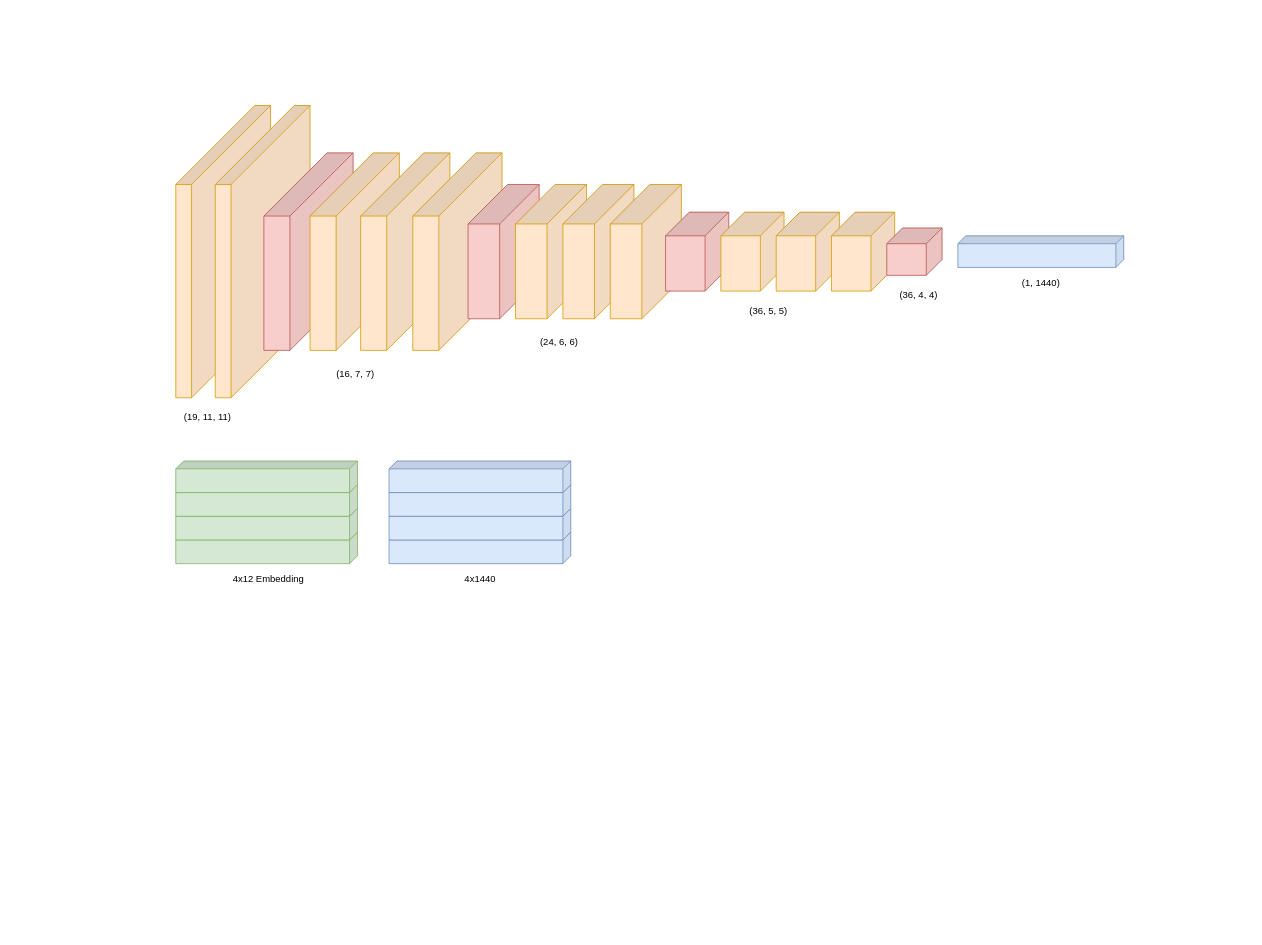
Earlier version of the draw.io diagram assets/images/cnn.drawio (FilipinoGambino/FilipinoGambino.github.io). Source tidied: cells renumbered, new cells numbered last; positions are measured from the earlier drawing's top-left corner, leaving out a move shared by most shapes. Both pictures are drawn from the tidied source at 79%, with x=0, y=0 at pixel (175, 105).
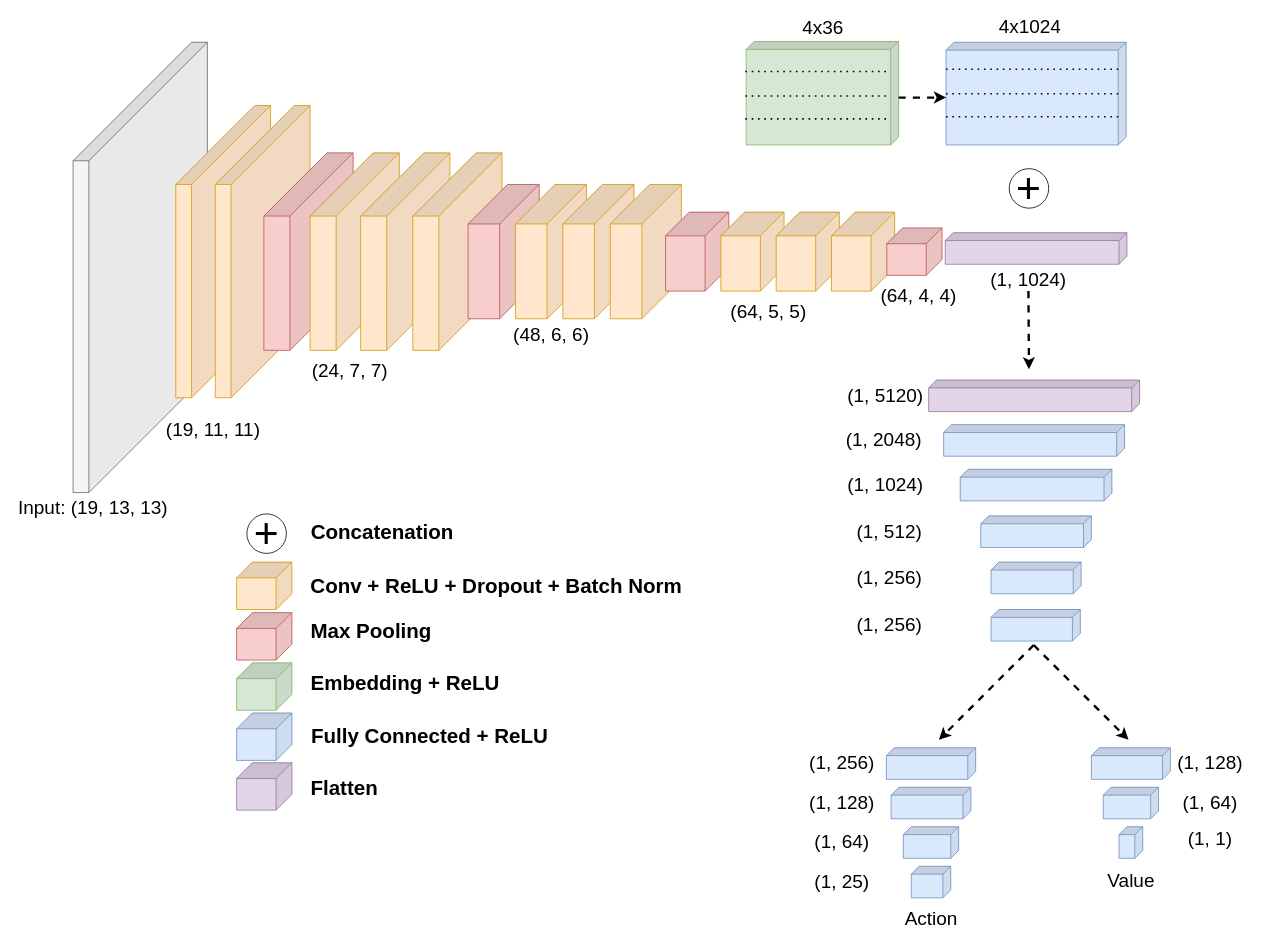
The same diagram, later.

What changed in the source:
```diff
@@
+    <mxCell id="34" style="shape=cube;whiteSpace=wrap;html=1;boundedLbl=1;backgroundOutline=1;darkOpacity=0.05;darkOpacity2=0.1;direction=south;size=150;fillColor=#f5f5f5;fontColor=#333333;strokeColor=#666666;" parent="1" vertex="1">
+      <mxGeometry x="-130" y="-80" width="170" height="570" as="geometry" />
+    </mxCell>
-    <mxCell id="2" value="(36, 4, 4)" style="text;html=1;align=center;verticalAlign=middle;strokeColor=none;fillColor=none;" parent="1" vertex="1">
-      <mxGeometry x="910" y="230" width="60" height="20" as="geometry" />
+    <mxCell id="2" value="(64, 4, 4)" style="text;html=1;align=center;verticalAlign=middle;strokeColor=none;fillColor=none;fontSize=24;" parent="1" vertex="1">
+      <mxGeometry x="887" y="224" width="106" height="33" as="geometry" />
     </mxCell>
     <mxCell id="3" style="shape=cube;whiteSpace=wrap;html=1;boundedLbl=1;backgroundOutline=1;darkOpacity=0.05;darkOpacity2=0.1;direction=south;size=10;fillColor=#d5e8d4;strokeColor=#82b366;" parent="1" vertex="1">
-      <mxGeometry y="540" width="230" height="40" as="geometry" />
+      <mxGeometry x="722" y="-81" width="193" height="131" as="geometry" />
     </mxCell>
-    <mxCell id="4" style="shape=cube;whiteSpace=wrap;html=1;boundedLbl=1;backgroundOutline=1;darkOpacity=0.05;darkOpacity2=0.1;direction=south;size=10;fillColor=#d5e8d4;strokeColor=#82b366;" parent="1" vertex="1">
-      <mxGeometry y="510" width="230" height="40" as="geometry" />
-    </mxCell>
-    <mxCell id="5" style="shape=cube;whiteSpace=wrap;html=1;boundedLbl=1;backgroundOutline=1;darkOpacity=0.05;darkOpacity2=0.1;direction=south;size=10;fillColor=#d5e8d4;strokeColor=#82b366;" parent="1" vertex="1">
-      <mxGeometry y="480" width="230" height="40" as="geometry" />
-    </mxCell>
-    <mxCell id="6" style="shape=cube;whiteSpace=wrap;html=1;boundedLbl=1;backgroundOutline=1;darkOpacity=0.05;darkOpacity2=0.1;direction=south;size=10;fillColor=#d5e8d4;strokeColor=#82b366;" parent="1" vertex="1">
-      <mxGeometry y="450" width="230" height="40" as="geometry" />
-    </mxCell>
-    <mxCell id="7" value="4x12 Embedding" style="text;html=1;align=center;verticalAlign=middle;strokeColor=none;fillColor=none;" parent="1" vertex="1">
-      <mxGeometry x="61.5" y="590" width="110" height="20" as="geometry" />
+    <mxCell id="7" value="4x36" style="text;html=1;align=center;verticalAlign=middle;strokeColor=none;fillColor=none;fontSize=24;" parent="1" vertex="1">
+      <mxGeometry x="787.5" y="-115" width="62" height="33" as="geometry" />
     </mxCell>
-    <mxCell id="8" value="(19, 11, 11)" style="text;html=1;align=center;verticalAlign=middle;strokeColor=none;fillColor=none;" parent="1" vertex="1">
-      <mxGeometry y="385" width="80" height="20" as="geometry" />
+    <mxCell id="8" value="(19, 11, 11)" style="text;html=1;align=center;verticalAlign=middle;strokeColor=none;fillColor=none;fontSize=24;" parent="1" vertex="1">
+      <mxGeometry x="-17.5" y="394" width="129" height="33" as="geometry" />
     </mxCell>
-    <mxCell id="9" value="(16, 7, 7)" style="text;html=1;align=center;verticalAlign=middle;strokeColor=none;fillColor=none;" parent="1" vertex="1">
-      <mxGeometry x="196.5" y="330" width="60" height="20" as="geometry" />
+    <mxCell id="9" value="(24, 7, 7)" style="text;html=1;align=center;verticalAlign=middle;strokeColor=none;fillColor=none;fontSize=24;" parent="1" vertex="1">
+      <mxGeometry x="167" y="319" width="106" height="33" as="geometry" />
     </mxCell>
-    <mxCell id="10" value="(24, 6, 6)" style="text;html=1;align=center;verticalAlign=middle;strokeColor=none;fillColor=none;" parent="1" vertex="1">
-      <mxGeometry x="455" y="290" width="60" height="20" as="geometry" />
+    <mxCell id="10" value="(48, 6, 6)" style="text;html=1;align=center;verticalAlign=middle;strokeColor=none;fillColor=none;fontSize=24;" parent="1" vertex="1">
+      <mxGeometry x="422" y="274" width="106" height="33" as="geometry" />
     </mxCell>
@@
-    <mxCell id="25" style="shape=cube;whiteSpace=wrap;html=1;boundedLbl=1;backgroundOutline=1;darkOpacity=0.05;darkOpacity2=0.1;direction=south;size=10;fillColor=#dae8fc;strokeColor=#6c8ebf;" parent="1" vertex="1">
-      <mxGeometry x="990" y="165" width="210" height="40" as="geometry" />
+    <mxCell id="25" style="shape=cube;whiteSpace=wrap;html=1;boundedLbl=1;backgroundOutline=1;darkOpacity=0.05;darkOpacity2=0.1;direction=south;size=10;fillColor=#e1d5e7;strokeColor=#9673a6;" parent="1" vertex="1">
+      <mxGeometry x="974" y="161" width="230" height="40" as="geometry" />
     </mxCell>
-    <mxCell id="26" value="(36, 5, 5)" style="text;html=1;align=center;verticalAlign=middle;strokeColor=none;fillColor=none;" parent="1" vertex="1">
-      <mxGeometry x="720" y="250" width="60" height="20" as="geometry" />
+    <mxCell id="26" value="(64, 5, 5)" style="text;html=1;align=center;verticalAlign=middle;strokeColor=none;fillColor=none;fontSize=24;" parent="1" vertex="1">
+      <mxGeometry x="697" y="244" width="106" height="33" as="geometry" />
     </mxCell>
@@
-    <mxCell id="28" value="(1, 1440)" style="text;html=1;align=center;verticalAlign=middle;strokeColor=none;fillColor=none;" parent="1" vertex="1">
-      <mxGeometry x="1065" y="215" width="60" height="20" as="geometry" />
+    <mxCell id="28" value="(1, 1024)" style="text;html=1;align=center;verticalAlign=middle;strokeColor=none;fillColor=none;fontSize=24;" parent="1" vertex="1">
+      <mxGeometry x="1026" y="204" width="106" height="33" as="geometry" />
     </mxCell>
     <mxCell id="29" style="shape=cube;whiteSpace=wrap;html=1;boundedLbl=1;backgroundOutline=1;darkOpacity=0.05;darkOpacity2=0.1;direction=south;size=10;fillColor=#dae8fc;strokeColor=#6c8ebf;" parent="1" vertex="1">
-      <mxGeometry x="270" y="540" width="230" height="40" as="geometry" />
+      <mxGeometry x="975" y="-80" width="228" height="130" as="geometry" />
     </mxCell>
-    <mxCell id="30" style="shape=cube;whiteSpace=wrap;html=1;boundedLbl=1;backgroundOutline=1;darkOpacity=0.05;darkOpacity2=0.1;direction=south;size=10;fillColor=#dae8fc;strokeColor=#6c8ebf;" parent="1" vertex="1">
-      <mxGeometry x="270" y="510" width="230" height="40" as="geometry" />
-    </mxCell>
-    <mxCell id="31" style="shape=cube;whiteSpace=wrap;html=1;boundedLbl=1;backgroundOutline=1;darkOpacity=0.05;darkOpacity2=0.1;direction=south;size=10;fillColor=#dae8fc;strokeColor=#6c8ebf;" parent="1" vertex="1">
-      <mxGeometry x="270" y="480" width="230" height="40" as="geometry" />
-    </mxCell>
-    <mxCell id="32" style="shape=cube;whiteSpace=wrap;html=1;boundedLbl=1;backgroundOutline=1;darkOpacity=0.05;darkOpacity2=0.1;direction=south;size=10;fillColor=#dae8fc;strokeColor=#6c8ebf;" parent="1" vertex="1">
-      <mxGeometry x="270" y="450" width="230" height="40" as="geometry" />
-    </mxCell>
-    <mxCell id="33" value="4x1440" style="text;html=1;align=center;verticalAlign=middle;strokeColor=none;fillColor=none;" parent="1" vertex="1">
-      <mxGeometry x="360" y="590" width="50" height="20" as="geometry" />
+    <mxCell id="33" value="4x1024" style="text;html=1;align=center;verticalAlign=middle;strokeColor=none;fillColor=none;fontSize=24;" parent="1" vertex="1">
+      <mxGeometry x="1036" y="-116" width="89" height="33" as="geometry" />
     </mxCell>
+    <mxCell id="35" style="endArrow=classic;html=1;rounded=0;strokeWidth=3;dashed=1;" parent="1" edge="1">
+      <mxGeometry relative="1" as="geometry">
+        <mxPoint x="1079.3" y="235" as="sourcePoint" />
+        <mxPoint x="1080" y="334" as="targetPoint" />
+      </mxGeometry>
+    </mxCell>
+    <mxCell id="36" value="&lt;font style=&quot;font-size: 54px;&quot;&gt;+&lt;/font&gt;" style="ellipse;whiteSpace=wrap;html=1;" parent="1" vertex="1">
+      <mxGeometry x="1055" y="80" width="50" height="50" as="geometry" />
+    </mxCell>
+    <mxCell id="37" value="&lt;font style=&quot;font-size: 24px;&quot;&gt;Input: (19, 13, 13)&lt;/font&gt;" style="text;html=1;align=center;verticalAlign=middle;strokeColor=none;fillColor=none;fontSize=24;" parent="1" vertex="1">
+      <mxGeometry x="-205" y="495" width="200" height="30" as="geometry" />
+    </mxCell>
+    <mxCell id="38" style="shape=cube;whiteSpace=wrap;html=1;boundedLbl=1;backgroundOutline=1;darkOpacity=0.05;darkOpacity2=0.1;direction=south;size=10;fillColor=#e1d5e7;strokeColor=#9673a6;" parent="1" vertex="1">
+      <mxGeometry x="953" y="347.5" width="267" height="40" as="geometry" />
+    </mxCell>
+    <mxCell id="39" value="(1, 5120)" style="text;html=1;align=center;verticalAlign=middle;strokeColor=none;fillColor=none;fontSize=24;" parent="1" vertex="1">
+      <mxGeometry x="845" y="351" width="106" height="33" as="geometry" />
+    </mxCell>
+    <mxCell id="40" style="shape=cube;whiteSpace=wrap;html=1;boundedLbl=1;backgroundOutline=1;darkOpacity=0.05;darkOpacity2=0.1;direction=south;size=10;fillColor=#dae8fc;strokeColor=#6c8ebf;" parent="1" vertex="1">
+      <mxGeometry x="993" y="460.5" width="192" height="40" as="geometry" />
+    </mxCell>
+    <mxCell id="41" value="(1, 1024)" style="text;html=1;align=center;verticalAlign=middle;strokeColor=none;fillColor=none;fontSize=24;" parent="1" vertex="1">
+      <mxGeometry x="845" y="464" width="106" height="33" as="geometry" />
+    </mxCell>
+    <mxCell id="42" style="shape=cube;whiteSpace=wrap;html=1;boundedLbl=1;backgroundOutline=1;darkOpacity=0.05;darkOpacity2=0.1;direction=south;size=10;fillColor=#dae8fc;strokeColor=#6c8ebf;" parent="1" vertex="1">
+      <mxGeometry x="1032" y="578" width="114" height="40" as="geometry" />
+    </mxCell>
+    <mxCell id="43" value="(1, 256)" style="text;html=1;align=center;verticalAlign=middle;strokeColor=none;fillColor=none;fontSize=24;" parent="1" vertex="1">
+      <mxGeometry x="853" y="583" width="100" height="30" as="geometry" />
+    </mxCell>
+    <mxCell id="44" style="endArrow=classic;html=1;rounded=0;strokeWidth=3;dashed=1;" parent="1" edge="1">
+      <mxGeometry relative="1" as="geometry">
+        <mxPoint x="915" y="-10" as="sourcePoint" />
+        <mxPoint x="975" y="-10" as="targetPoint" />
+      </mxGeometry>
+    </mxCell>
+    <mxCell id="45" style="shape=cube;whiteSpace=wrap;html=1;boundedLbl=1;backgroundOutline=1;darkOpacity=0.05;darkOpacity2=0.1;direction=south;size=10;fillColor=#dae8fc;strokeColor=#6c8ebf;" parent="1" vertex="1">
+      <mxGeometry x="1032" y="638" width="113" height="40" as="geometry" />
+    </mxCell>
+    <mxCell id="46" value="(1, 256)" style="text;html=1;align=center;verticalAlign=middle;strokeColor=none;fillColor=none;fontSize=24;" parent="1" vertex="1">
+      <mxGeometry x="853" y="643" width="100" height="30" as="geometry" />
+    </mxCell>
+    <mxCell id="47" style="endArrow=classic;html=1;rounded=0;strokeWidth=3;dashed=1;" parent="1" edge="1">
+      <mxGeometry relative="1" as="geometry">
+        <mxPoint x="1086" y="683" as="sourcePoint" />
+        <mxPoint x="966" y="803" as="targetPoint" />
+      </mxGeometry>
+    </mxCell>
+    <mxCell id="48" style="endArrow=classic;html=1;rounded=0;strokeWidth=3;dashed=1;" parent="1" edge="1">
+      <mxGeometry relative="1" as="geometry">
+        <mxPoint x="1086" y="683" as="sourcePoint" />
+        <mxPoint x="1206" y="803" as="targetPoint" />
+      </mxGeometry>
+    </mxCell>
+    <mxCell id="49" style="shape=cube;whiteSpace=wrap;html=1;boundedLbl=1;backgroundOutline=1;darkOpacity=0.05;darkOpacity2=0.1;direction=south;size=10;fillColor=#dae8fc;strokeColor=#6c8ebf;" parent="1" vertex="1">
+      <mxGeometry x="1159" y="813" width="100" height="40" as="geometry" />
+    </mxCell>
+    <mxCell id="50" style="shape=cube;whiteSpace=wrap;html=1;boundedLbl=1;backgroundOutline=1;darkOpacity=0.05;darkOpacity2=0.1;direction=south;size=10;fillColor=#dae8fc;strokeColor=#6c8ebf;" parent="1" vertex="1">
+      <mxGeometry x="905.5" y="863" width="101" height="40" as="geometry" />
+    </mxCell>
+    <mxCell id="51" style="shape=cube;whiteSpace=wrap;html=1;boundedLbl=1;backgroundOutline=1;darkOpacity=0.05;darkOpacity2=0.1;direction=south;size=10;fillColor=#dae8fc;strokeColor=#6c8ebf;" parent="1" vertex="1">
+      <mxGeometry x="1174" y="863" width="70" height="40" as="geometry" />
+    </mxCell>
+    <mxCell id="52" style="shape=cube;whiteSpace=wrap;html=1;boundedLbl=1;backgroundOutline=1;darkOpacity=0.05;darkOpacity2=0.1;direction=south;size=10;fillColor=#dae8fc;strokeColor=#6c8ebf;" parent="1" vertex="1">
+      <mxGeometry x="921" y="913" width="70" height="40" as="geometry" />
+    </mxCell>
+    <mxCell id="53" value="(1, 256)" style="text;html=1;align=center;verticalAlign=middle;strokeColor=none;fillColor=none;fontSize=24;" parent="1" vertex="1">
+      <mxGeometry x="793" y="818" width="100" height="30" as="geometry" />
+    </mxCell>
+    <mxCell id="54" value="(1, 128)" style="text;html=1;align=center;verticalAlign=middle;strokeColor=none;fillColor=none;fontSize=24;" parent="1" vertex="1">
+      <mxGeometry x="793" y="868" width="100" height="30" as="geometry" />
+    </mxCell>
+    <mxCell id="55" value="(1, 64)" style="text;html=1;align=center;verticalAlign=middle;strokeColor=none;fillColor=none;fontSize=24;" parent="1" vertex="1">
+      <mxGeometry x="803" y="918" width="80" height="30" as="geometry" />
+    </mxCell>
+    <mxCell id="56" value="(1, 128)" style="text;html=1;align=center;verticalAlign=middle;strokeColor=none;fillColor=none;fontSize=24;" parent="1" vertex="1">
+      <mxGeometry x="1259" y="818" width="100" height="30" as="geometry" />
+    </mxCell>
+    <mxCell id="57" value="(1, 64)" style="text;html=1;align=center;verticalAlign=middle;strokeColor=none;fillColor=none;fontSize=24;" parent="1" vertex="1">
+      <mxGeometry x="1269" y="868" width="80" height="30" as="geometry" />
+    </mxCell>
+    <mxCell id="58" style="shape=cube;whiteSpace=wrap;html=1;boundedLbl=1;backgroundOutline=1;darkOpacity=0.05;darkOpacity2=0.1;direction=south;size=10;fillColor=#dae8fc;strokeColor=#6c8ebf;" parent="1" vertex="1">
+      <mxGeometry x="1194" y="913" width="30" height="40" as="geometry" />
+    </mxCell>
+    <mxCell id="59" style="shape=cube;whiteSpace=wrap;html=1;boundedLbl=1;backgroundOutline=1;darkOpacity=0.05;darkOpacity2=0.1;direction=south;size=10;fillColor=#dae8fc;strokeColor=#6c8ebf;" parent="1" vertex="1">
+      <mxGeometry x="931" y="963" width="50" height="40" as="geometry" />
+    </mxCell>
+    <mxCell id="60" value="(1, 25)" style="text;html=1;align=center;verticalAlign=middle;strokeColor=none;fillColor=none;fontSize=24;" parent="1" vertex="1">
+      <mxGeometry x="803" y="968" width="80" height="30" as="geometry" />
+    </mxCell>
+    <mxCell id="61" value="(1, 1)" style="text;html=1;align=center;verticalAlign=middle;strokeColor=none;fillColor=none;fontSize=24;" parent="1" vertex="1">
+      <mxGeometry x="1274" y="913" width="70" height="30" as="geometry" />
+    </mxCell>
+    <mxCell id="62" value="Action" style="text;html=1;align=center;verticalAlign=middle;strokeColor=none;fillColor=none;fontSize=24;" parent="1" vertex="1">
+      <mxGeometry x="917.5" y="1013" width="77" height="33" as="geometry" />
+    </mxCell>
+    <mxCell id="63" value="Value" style="text;html=1;align=center;verticalAlign=middle;strokeColor=none;fillColor=none;fontSize=24;" parent="1" vertex="1">
+      <mxGeometry x="1174" y="965" width="70" height="33" as="geometry" />
+    </mxCell>
+    <mxCell id="64" style="shape=cube;whiteSpace=wrap;html=1;boundedLbl=1;backgroundOutline=1;darkOpacity=0.05;darkOpacity2=0.1;direction=south;size=20;fillColor=#ffe6cc;strokeColor=#d79b00;" parent="1" vertex="1">
+      <mxGeometry x="77" y="578" width="70" height="60" as="geometry" />
+    </mxCell>
+    <mxCell id="65" style="shape=cube;whiteSpace=wrap;html=1;boundedLbl=1;backgroundOutline=1;darkOpacity=0.05;darkOpacity2=0.1;direction=south;size=20;fillColor=#f8cecc;strokeColor=#b85450;" parent="1" vertex="1">
+      <mxGeometry x="77" y="642" width="70" height="60" as="geometry" />
+    </mxCell>
+    <mxCell id="66" style="shape=cube;whiteSpace=wrap;html=1;boundedLbl=1;backgroundOutline=1;darkOpacity=0.05;darkOpacity2=0.1;direction=south;size=20;fillColor=#d5e8d4;strokeColor=#82b366;" parent="1" vertex="1">
+      <mxGeometry x="77" y="705.5" width="70" height="60" as="geometry" />
+    </mxCell>
+    <mxCell id="67" style="shape=cube;whiteSpace=wrap;html=1;boundedLbl=1;backgroundOutline=1;darkOpacity=0.05;darkOpacity2=0.1;direction=south;size=20;fillColor=#dae8fc;strokeColor=#6c8ebf;" parent="1" vertex="1">
+      <mxGeometry x="77" y="769" width="70" height="60" as="geometry" />
+    </mxCell>
+    <mxCell id="68" style="shape=cube;whiteSpace=wrap;html=1;boundedLbl=1;backgroundOutline=1;darkOpacity=0.05;darkOpacity2=0.1;direction=south;size=20;fillColor=#e1d5e7;strokeColor=#9673a6;" parent="1" vertex="1">
+      <mxGeometry x="77" y="832" width="70" height="60" as="geometry" />
+    </mxCell>
+    <mxCell id="69" value="&lt;b&gt;&lt;font style=&quot;font-size: 26px;&quot;&gt;Conv + ReLU + Dropout + Batch Norm&amp;nbsp;&lt;/font&gt;&lt;/b&gt;" style="text;html=1;align=center;verticalAlign=middle;strokeColor=none;fillColor=none;fontSize=24;" parent="1" vertex="1">
+      <mxGeometry x="165" y="591.5" width="487" height="33" as="geometry" />
+    </mxCell>
+    <mxCell id="70" value="&lt;b&gt;Max Pooling&lt;/b&gt;" style="text;html=1;align=center;verticalAlign=middle;strokeColor=none;fillColor=none;fontSize=26;" parent="1" vertex="1">
+      <mxGeometry x="165.5" y="648" width="163" height="35" as="geometry" />
+    </mxCell>
+    <mxCell id="71" value="Embedding + ReLU" style="text;html=1;align=center;verticalAlign=middle;strokeColor=none;fillColor=none;fontSize=26;fontStyle=1;" parent="1" vertex="1">
+      <mxGeometry x="165" y="714" width="249" height="35" as="geometry" />
+    </mxCell>
+    <mxCell id="72" value="Fully Connected + ReLU" style="text;html=1;align=center;verticalAlign=middle;strokeColor=none;fillColor=none;fontSize=26;fontStyle=1;" parent="1" vertex="1">
+      <mxGeometry x="165.5" y="780.2" width="310" height="35" as="geometry" />
+    </mxCell>
+    <mxCell id="73" value="Flatten" style="text;html=1;align=center;verticalAlign=middle;strokeColor=none;fillColor=none;fontSize=26;fontStyle=1;" parent="1" vertex="1">
+      <mxGeometry x="165.5" y="846" width="95" height="35" as="geometry" />
+    </mxCell>
+    <mxCell id="74" value="&lt;font style=&quot;font-size: 54px;&quot;&gt;+&lt;/font&gt;" style="ellipse;whiteSpace=wrap;html=1;" parent="1" vertex="1">
+      <mxGeometry x="90" y="517" width="50" height="50" as="geometry" />
+    </mxCell>
+    <mxCell id="75" value="Concatenation" style="text;html=1;align=center;verticalAlign=middle;strokeColor=none;fillColor=none;fontSize=26;fontStyle=1;" parent="1" vertex="1">
+      <mxGeometry x="165.5" y="522" width="191" height="35" as="geometry" />
+    </mxCell>
+    <mxCell id="76" style="endArrow=none;dashed=1;html=1;dashPattern=1 3;strokeWidth=2;rounded=0;fontSize=26;" parent="1" edge="1">
+      <mxGeometry relative="1" as="geometry">
+        <mxPoint x="721" y="-12" as="sourcePoint" />
+        <mxPoint x="903" y="-12" as="targetPoint" />
+      </mxGeometry>
+    </mxCell>
+    <mxCell id="77" style="endArrow=none;dashed=1;html=1;dashPattern=1 3;strokeWidth=2;rounded=0;fontSize=26;" parent="1" edge="1">
+      <mxGeometry relative="1" as="geometry">
+        <mxPoint x="721" y="17" as="sourcePoint" />
+        <mxPoint x="902" y="17" as="targetPoint" />
+      </mxGeometry>
+    </mxCell>
+    <mxCell id="78" style="endArrow=none;dashed=1;html=1;dashPattern=1 3;strokeWidth=2;rounded=0;fontSize=26;" parent="1" edge="1">
+      <mxGeometry relative="1" as="geometry">
+        <mxPoint x="721" y="-43" as="sourcePoint" />
+        <mxPoint x="903" y="-43" as="targetPoint" />
+      </mxGeometry>
+    </mxCell>
+    <mxCell id="79" style="endArrow=none;dashed=1;html=1;dashPattern=1 3;strokeWidth=2;rounded=0;fontSize=26;entryX=0.229;entryY=0.043;entryDx=0;entryDy=0;entryPerimeter=0;exitX=0.229;exitY=1.007;exitDx=0;exitDy=0;exitPerimeter=0;" parent="1" edge="1">
+      <mxGeometry relative="1" as="geometry">
+        <mxPoint x="975" y="-14.8" as="sourcePoint" />
+        <mxPoint x="1196.7" y="-14.8" as="targetPoint" />
+      </mxGeometry>
+    </mxCell>
+    <mxCell id="80" style="endArrow=none;dashed=1;html=1;dashPattern=1 3;strokeWidth=2;rounded=0;fontSize=26;entryX=0.229;entryY=0.043;entryDx=0;entryDy=0;entryPerimeter=0;exitX=0.229;exitY=1.007;exitDx=0;exitDy=0;exitPerimeter=0;" parent="1" edge="1">
+      <mxGeometry relative="1" as="geometry">
+        <mxPoint x="975" y="14.2" as="sourcePoint" />
+        <mxPoint x="1196.7" y="14.2" as="targetPoint" />
+      </mxGeometry>
+    </mxCell>
+    <mxCell id="81" style="endArrow=none;dashed=1;html=1;dashPattern=1 3;strokeWidth=2;rounded=0;fontSize=26;entryX=0.229;entryY=0.043;entryDx=0;entryDy=0;entryPerimeter=0;exitX=0.229;exitY=1.007;exitDx=0;exitDy=0;exitPerimeter=0;" parent="1" edge="1">
+      <mxGeometry relative="1" as="geometry">
+        <mxPoint x="975" y="-45.8" as="sourcePoint" />
+        <mxPoint x="1196.7" y="-45.8" as="targetPoint" />
+      </mxGeometry>
+    </mxCell>
+    <mxCell id="82" style="shape=cube;whiteSpace=wrap;html=1;boundedLbl=1;backgroundOutline=1;darkOpacity=0.05;darkOpacity2=0.1;direction=south;size=10;fillColor=#dae8fc;strokeColor=#6c8ebf;" parent="1" vertex="1">
+      <mxGeometry x="972" y="404" width="229" height="40" as="geometry" />
+    </mxCell>
+    <mxCell id="83" value="(1, 2048)" style="text;html=1;align=center;verticalAlign=middle;strokeColor=none;fillColor=none;fontSize=24;" parent="1" vertex="1">
+      <mxGeometry x="843" y="407.5" width="106" height="33" as="geometry" />
+    </mxCell>
+    <mxCell id="84" style="shape=cube;whiteSpace=wrap;html=1;boundedLbl=1;backgroundOutline=1;darkOpacity=0.05;darkOpacity2=0.1;direction=south;size=10;fillColor=#dae8fc;strokeColor=#6c8ebf;" parent="1" vertex="1">
+      <mxGeometry x="1019" y="519.5" width="140" height="40" as="geometry" />
+    </mxCell>
+    <mxCell id="85" value="(1, 512)" style="text;html=1;align=center;verticalAlign=middle;strokeColor=none;fillColor=none;fontSize=24;" parent="1" vertex="1">
+      <mxGeometry x="856" y="523" width="93" height="33" as="geometry" />
+    </mxCell>
+    <mxCell id="86" style="shape=cube;whiteSpace=wrap;html=1;boundedLbl=1;backgroundOutline=1;darkOpacity=0.05;darkOpacity2=0.1;direction=south;size=10;fillColor=#dae8fc;strokeColor=#6c8ebf;" parent="1" vertex="1">
+      <mxGeometry x="899.5" y="813" width="113" height="40" as="geometry" />
+    </mxCell>
```
